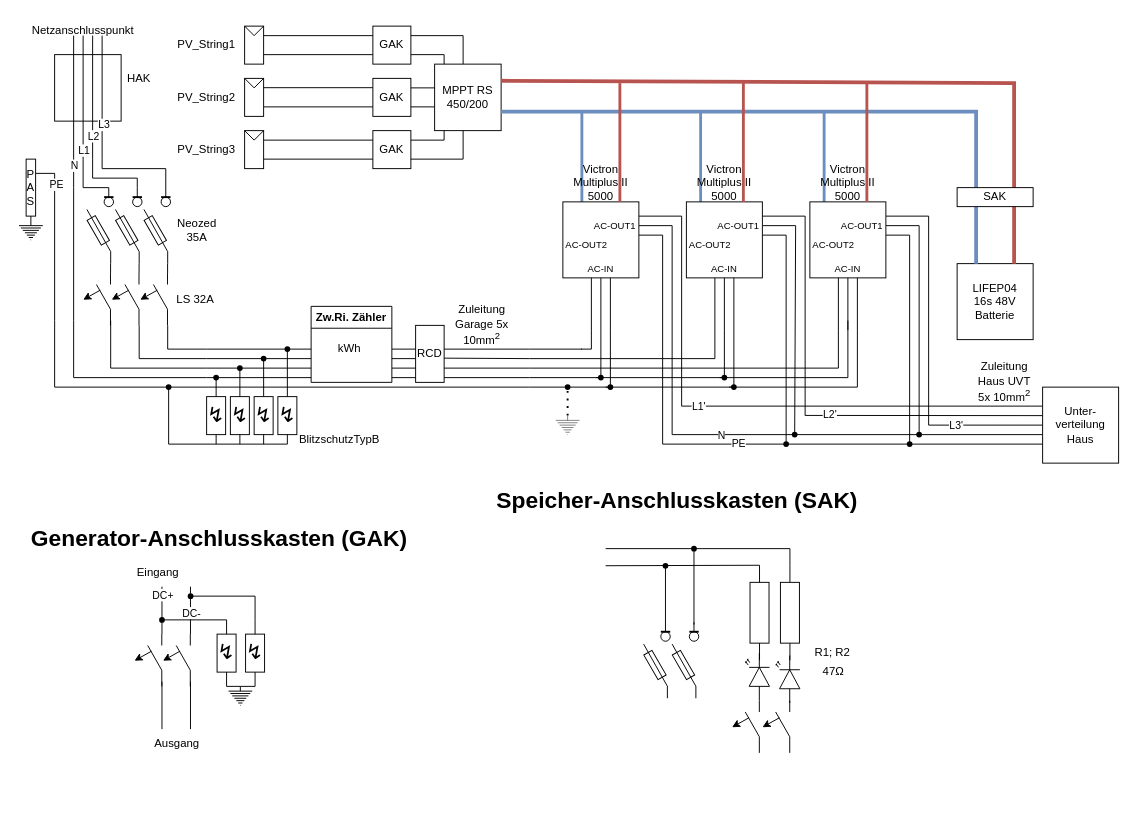
This is PV_Schaltplan.drawio from Lostqw1/Funfun, a draw.io file, before an edit. Source tidied: cells renumbered, new cells numbered last; positions are measured from the earlier drawing's top-left corner, leaving out a move shared by most shapes. Both pictures are drawn from the tidied source at 95%, with x=0, y=0 at pixel (18, 16).
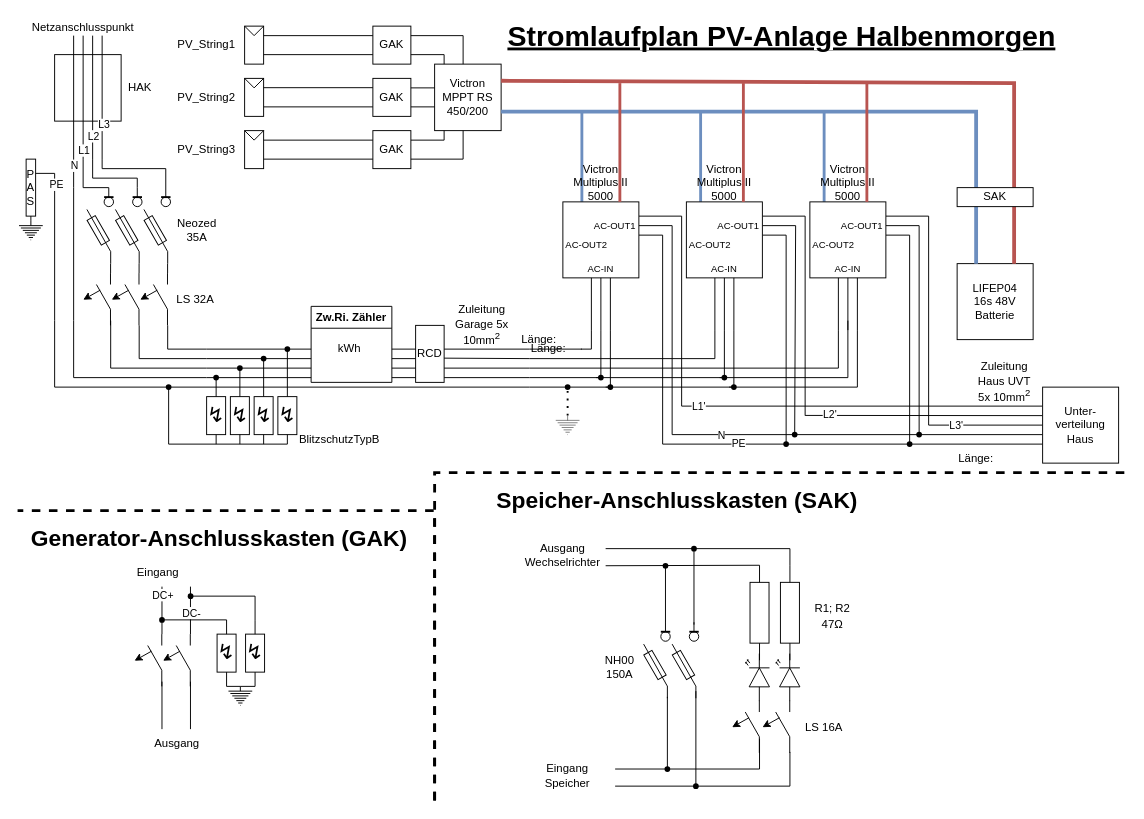
After the change.

Diff of the diagram source:
```diff
@@
     <mxCell id="11" value="HAK" style="text;html=1;strokeColor=none;fillColor=none;align=center;verticalAlign=middle;whiteSpace=wrap;rounded=0;" parent="1" vertex="1">
-      <mxGeometry x="97" y="50" width="60" height="30" as="geometry" />
+      <mxGeometry x="98" y="60" width="60" height="30" as="geometry" />
     </mxCell>
@@
-    <mxCell id="134" value="MPPT RS 450/200" style="whiteSpace=wrap;html=1;" parent="1" vertex="1">
+    <mxCell id="134" value="Victron&lt;br&gt;MPPT RS 450/200" style="whiteSpace=wrap;html=1;" parent="1" vertex="1">
       <mxGeometry x="438" y="50" width="70" height="70" as="geometry" />
     </mxCell>
@@
     <mxCell id="191" value="Netzanschlusspunkt" style="text;html=1;strokeColor=none;fillColor=none;align=center;verticalAlign=middle;whiteSpace=wrap;rounded=0;" parent="1" vertex="1">
-      <mxGeometry x="38" width="60" height="30" as="geometry" />
+      <mxGeometry x="38" width="60" height="24" as="geometry" />
     </mxCell>
@@
     <mxCell id="291" value="R1; R2" style="text;html=1;strokeColor=none;fillColor=none;align=center;verticalAlign=middle;whiteSpace=wrap;rounded=0;" parent="1" vertex="1">
-      <mxGeometry x="827" y="655" width="60" height="30" as="geometry" />
+      <mxGeometry x="827" y="607.5" width="60" height="30" as="geometry" />
     </mxCell>
     <mxCell id="292" value="47Ω" style="text;html=1;strokeColor=none;fillColor=none;align=center;verticalAlign=middle;whiteSpace=wrap;rounded=0;" parent="1" vertex="1">
-      <mxGeometry x="828" y="675" width="60" height="30" as="geometry" />
+      <mxGeometry x="827" y="625" width="60" height="30" as="geometry" />
     </mxCell>
     <mxCell id="293" style="verticalLabelPosition=bottom;shadow=0;dashed=0;align=center;html=1;verticalAlign=top;shape=mxgraph.electrical.opto_electronics.led_2;rotation=-90;" parent="1" vertex="1">
-      <mxGeometry x="753" y="682.5" width="50" height="25" as="geometry" />
+      <mxGeometry x="753" y="683" width="50" height="25" as="geometry" />
     </mxCell>
     <mxCell id="294" style="verticalLabelPosition=bottom;shadow=0;dashed=0;align=center;html=1;verticalAlign=top;shape=mxgraph.electrical.opto_electronics.led_2;rotation=-90;" parent="1" vertex="1">
-      <mxGeometry x="785" y="685" width="50" height="25" as="geometry" />
+      <mxGeometry x="785" y="683" width="50" height="25" as="geometry" />
     </mxCell>
@@
+    <mxCell id="303" style="endArrow=none;html=1;rounded=0;startArrow=none;" parent="1" edge="1" source="313">
+      <mxGeometry relative="1" as="geometry">
+        <mxPoint x="812" y="774" as="targetPoint" />
+        <Array as="points">
+          <mxPoint x="812" y="810" />
+        </Array>
+      </mxGeometry>
+    </mxCell>
+    <mxCell id="304" style="endArrow=none;html=1;rounded=0;" parent="1" edge="1">
+      <mxGeometry relative="1" as="geometry">
+        <mxPoint x="628" y="792" as="sourcePoint" />
+        <mxPoint x="780" y="792" as="targetPoint" />
+      </mxGeometry>
+    </mxCell>
+    <mxCell id="305" style="endArrow=none;html=1;rounded=0;" parent="1" edge="1">
+      <mxGeometry relative="1" as="geometry">
+        <mxPoint x="780" y="792" as="sourcePoint" />
+        <mxPoint x="780" y="760" as="targetPoint" />
+      </mxGeometry>
+    </mxCell>
+    <mxCell id="306" value="Eingang Speicher" style="text;html=1;strokeColor=none;fillColor=none;align=center;verticalAlign=middle;whiteSpace=wrap;rounded=0;" parent="1" vertex="1">
+      <mxGeometry x="548" y="784" width="60" height="30" as="geometry" />
+    </mxCell>
+    <mxCell id="307" value="Ausgang Wechselrichter" style="text;html=1;strokeColor=none;fillColor=none;align=center;verticalAlign=middle;whiteSpace=wrap;rounded=0;" parent="1" vertex="1">
+      <mxGeometry x="543" y="552" width="60" height="30" as="geometry" />
+    </mxCell>
+    <mxCell id="308" style="endArrow=none;html=1;rounded=0;startArrow=none;" parent="1" edge="1" source="310">
+      <mxGeometry relative="1" as="geometry">
+        <mxPoint x="683" y="792" as="targetPoint" />
+      </mxGeometry>
+    </mxCell>
+    <mxCell id="309" style="endArrow=none;html=1;rounded=0;" parent="1" edge="1" target="310">
+      <mxGeometry relative="1" as="geometry">
+        <mxPoint x="683" y="716" as="sourcePoint" />
+      </mxGeometry>
+    </mxCell>
+    <mxCell id="310" style="shape=waypoint;sketch=0;fillStyle=solid;size=6;points=[];fillColor=none;perimeter=centerPerimeter;snapToPoint=1;" parent="1" vertex="1">
+      <mxGeometry x="673" y="782" width="20" height="20" as="geometry" />
+    </mxCell>
+    <mxCell id="311" style="endArrow=none;html=1;rounded=0;" parent="1" edge="1">
+      <mxGeometry relative="1" as="geometry">
+        <mxPoint x="713" y="810" as="sourcePoint" />
+        <mxPoint x="713" y="710" as="targetPoint" />
+      </mxGeometry>
+    </mxCell>
+    <mxCell id="312" style="endArrow=none;html=1;rounded=0;" parent="1" edge="1" target="313">
+      <mxGeometry relative="1" as="geometry">
+        <mxPoint x="628" y="810" as="sourcePoint" />
+      </mxGeometry>
+    </mxCell>
+    <mxCell id="313" style="shape=waypoint;sketch=0;fillStyle=solid;size=6;points=[];fillColor=none;perimeter=centerPerimeter;snapToPoint=1;" parent="1" vertex="1">
+      <mxGeometry x="703" y="800" width="20" height="20" as="geometry" />
+    </mxCell>
+    <mxCell id="314" value="LS 16A" style="text;html=1;strokeColor=none;fillColor=none;align=center;verticalAlign=middle;whiteSpace=wrap;rounded=0;" parent="1" vertex="1">
+      <mxGeometry x="818" y="732.5" width="60" height="30" as="geometry" />
+    </mxCell>
+    <mxCell id="315" value="NH00&lt;br&gt;150A" style="text;html=1;strokeColor=none;fillColor=none;align=center;verticalAlign=middle;whiteSpace=wrap;rounded=0;" parent="1" vertex="1">
+      <mxGeometry x="603" y="670" width="60" height="30" as="geometry" />
+    </mxCell>
+    <mxCell id="316" value="Länge:" style="text;html=1;strokeColor=none;fillColor=none;align=center;verticalAlign=middle;whiteSpace=wrap;rounded=0;" parent="1" vertex="1">
+      <mxGeometry x="518" y="325" width="60" height="30" as="geometry" />
+    </mxCell>
+    <mxCell id="317" value="Länge:" style="text;html=1;strokeColor=none;fillColor=none;align=center;verticalAlign=middle;whiteSpace=wrap;rounded=0;" parent="1" vertex="1">
+      <mxGeometry x="528" y="335" width="60" height="30" as="geometry" />
+    </mxCell>
+    <mxCell id="318" value="Länge:" style="text;html=1;strokeColor=none;fillColor=none;align=center;verticalAlign=middle;whiteSpace=wrap;rounded=0;" parent="1" vertex="1">
+      <mxGeometry x="978" y="450" width="60" height="30" as="geometry" />
+    </mxCell>
+    <mxCell id="319" style="endArrow=none;dashed=1;html=1;rounded=0;strokeWidth=3;" parent="1" edge="1">
+      <mxGeometry relative="1" as="geometry">
+        <mxPoint x="438" y="825" as="sourcePoint" />
+        <mxPoint x="-1" y="520" as="targetPoint" />
+        <Array as="points">
+          <mxPoint x="438" y="520" />
+        </Array>
+      </mxGeometry>
+    </mxCell>
+    <mxCell id="320" style="endArrow=none;dashed=1;html=1;rounded=0;strokeWidth=3;" parent="1" edge="1">
+      <mxGeometry relative="1" as="geometry">
+        <mxPoint x="438" y="825" as="sourcePoint" />
+        <mxPoint x="1165" y="480" as="targetPoint" />
+        <Array as="points">
+          <mxPoint x="438" y="522" />
+          <mxPoint x="438" y="480" />
+        </Array>
+      </mxGeometry>
+    </mxCell>
+    <mxCell id="321" value="&lt;u style=&quot;font-size: 30px;&quot;&gt;Stromlaufplan PV-Anlage Halbenmorgen&lt;/u&gt;" style="text;strokeColor=none;fillColor=none;html=1;fontSize=30;fontStyle=1;verticalAlign=middle;align=center;" parent="1" vertex="1">
+      <mxGeometry x="753" width="100" height="40" as="geometry" />
+    </mxCell>
```
